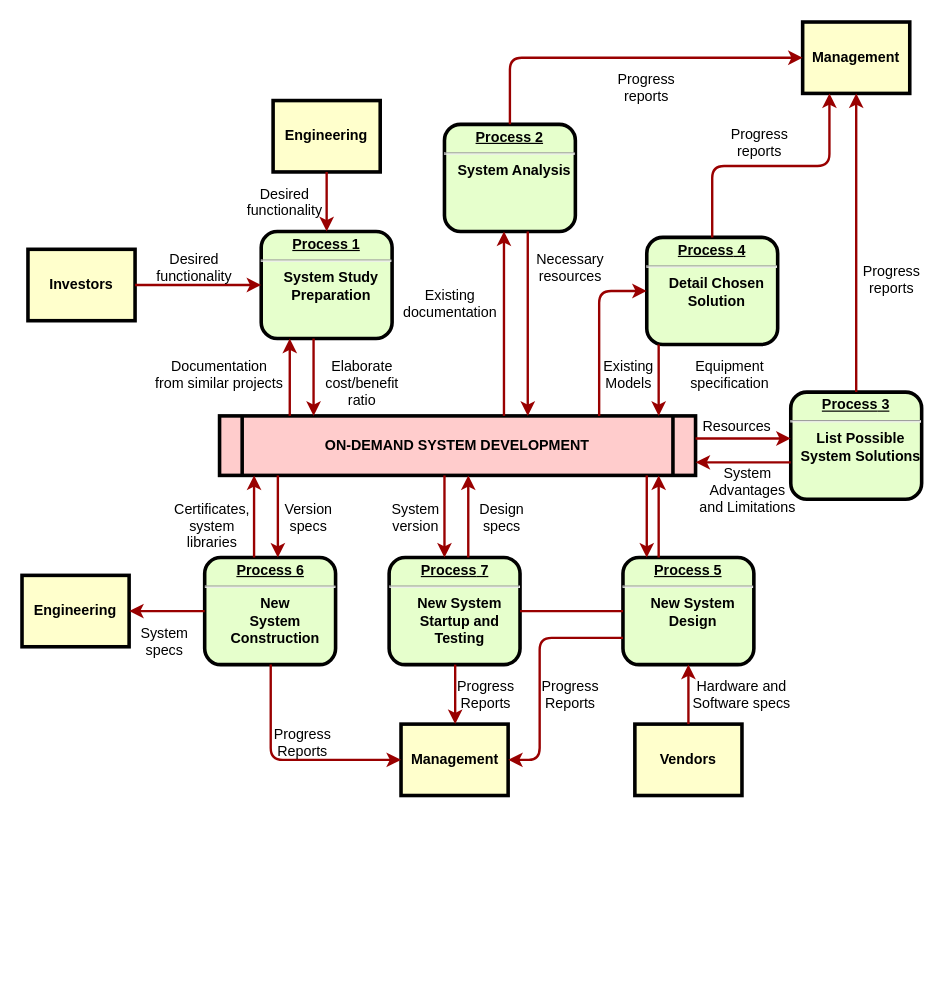
kafolske/th_docs keeps this draw.io diagram as firmware_block_diagram.drawio. Above is the earlier version. Source tidied: cells renumbered, new cells numbered last; positions are measured from the earlier drawing's top-left corner, leaving out a move shared by most shapes. Both pictures are drawn from the tidied source at 119%, with x=0, y=0 at pixel (21, 21).
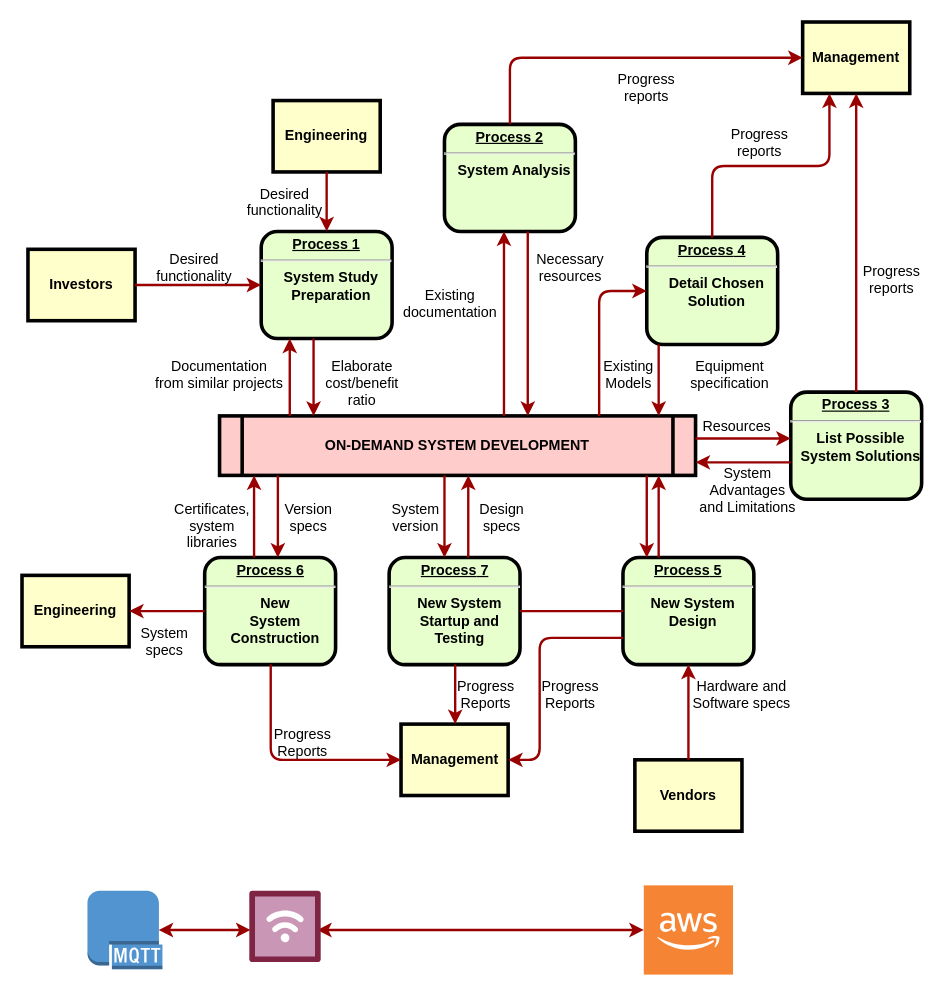
The same page after the edit.

Diff of the diagram source:
```diff
@@
     <mxCell id="14" value="Vendors" style="whiteSpace=wrap;align=center;verticalAlign=middle;fontStyle=1;strokeWidth=3;fillColor=#FFFFCC;" parent="1" vertex="1">
-      <mxGeometry x="515" y="590" width="90" height="60" as="geometry" />
+      <mxGeometry x="515" y="620" width="90" height="60" as="geometry" />
     </mxCell>
@@
+    <mxCell id="63" style="outlineConnect=0;dashed=0;verticalLabelPosition=bottom;verticalAlign=top;align=center;html=1;shape=mxgraph.aws3.cloud_2;fillColor=#F58534;gradientColor=none;" parent="1" vertex="1">
+      <mxGeometry x="522.5" y="725.5" width="75" height="75" as="geometry" />
+    </mxCell>
+    <mxCell id="64" style="outlineConnect=0;dashed=0;verticalLabelPosition=bottom;verticalAlign=top;align=center;html=1;shape=mxgraph.aws3.mqtt_protocol;fillColor=#5294CF;gradientColor=none;" parent="1" vertex="1">
+      <mxGeometry x="55" y="730" width="63" height="66" as="geometry" />
+    </mxCell>
+    <mxCell id="65" style="edgeStyle=none;noEdgeStyle=1;strokeColor=#990000;strokeWidth=2;startArrow=classic;startFill=1;exitX=0.95;exitY=0.55;exitDx=0;exitDy=0;exitPerimeter=0;" parent="1" edge="1" source="66" target="63">
+      <mxGeometry relative="1" as="geometry" />
+    </mxCell>
+    <mxCell id="66" style="verticalLabelPosition=bottom;html=1;shape=mxgraph.salesforce.iot;fillColor=#e1d5e7;strokeColor=#9673a6;" parent="1" vertex="1">
+      <mxGeometry x="191" y="730" width="60" height="60" as="geometry" />
+    </mxCell>
+    <mxCell id="67" style="edgeStyle=none;noEdgeStyle=1;strokeColor=#990000;strokeWidth=2;startArrow=classic;startFill=1;exitX=0.95;exitY=0.5;exitDx=0;exitDy=0;exitPerimeter=0;entryX=0.017;entryY=0.55;entryDx=0;entryDy=0;entryPerimeter=0;" parent="1" edge="1" source="64" target="66">
+      <mxGeometry relative="1" as="geometry" />
+    </mxCell>
```
